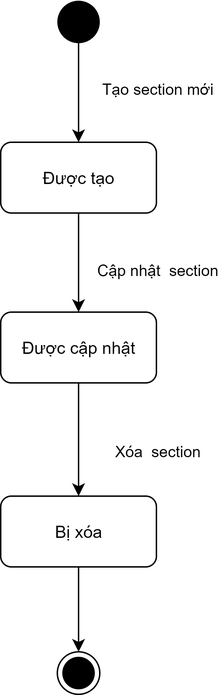
Merevoli-DatLuu/To-Do-App keeps this draw.io diagram as ToDoApp-Doc/Document/Diagram/State Machine Diagram/ManageSection/ManageSection.png. Above is the earlier version. Source tidied: cells renumbered, new cells last; positions are measured from the earlier drawing's top-left corner, leaving out a move shared by most shapes.
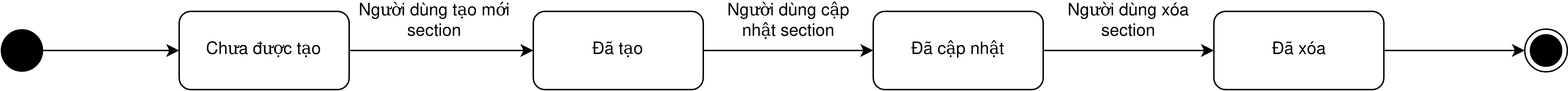
After the change.

Commit message:
[Document, Modified]: ManageSection.png StateDiagram

Diff of the diagram source:
```diff
@@ -2,47 +2,47 @@
   <root>
     <mxCell id="0" />
     <mxCell id="1" parent="0" />
-    <mxCell id="2" style="edgeStyle=orthogonalEdgeStyle;rounded=0;jettySize=auto;html=1;" parent="1" edge="1" source="4" target="10">
-      <mxGeometry relative="1" as="geometry" />
-    </mxCell>
-    <mxCell id="3" value="Cập nhật&amp;nbsp; section" style="edgeLabel;html=1;align=center;verticalAlign=middle;" parent="2" vertex="1">
-      <mxGeometry x="0.13" y="1" relative="1" as="geometry">
-        <mxPoint x="54" as="offset" />
-      </mxGeometry>
-    </mxCell>
-    <mxCell id="4" value="Được tạo" style="html=1;rounded=1;" parent="1" vertex="1">
-      <mxGeometry y="100" width="110" height="50" as="geometry" />
-    </mxCell>
-    <mxCell id="5" style="edgeStyle=orthogonalEdgeStyle;rounded=0;jettySize=auto;html=1;" parent="1" edge="1" source="7" target="4">
-      <mxGeometry relative="1" as="geometry" />
-    </mxCell>
-    <mxCell id="6" value="Tạo section mới" style="edgeLabel;html=1;align=center;verticalAlign=middle;" parent="5" vertex="1">
-      <mxGeometry x="0.15" y="-3" relative="1" as="geometry">
-        <mxPoint x="58" y="-7.9" as="offset" />
-      </mxGeometry>
-    </mxCell>
+    <mxCell id="14" style="edgeStyle=orthogonalEdgeStyle;rounded=0;jettySize=auto;html=1;" parent="1" edge="1" source="7" target="16">
+      <mxGeometry relative="1" as="geometry" />
+    </mxCell>
     <mxCell id="7" style="ellipse;fillColor=#000000;strokeColor=none;" parent="1" vertex="1">
       <mxGeometry x="40" width="30" height="30" as="geometry" />
     </mxCell>
-    <mxCell id="8" style="edgeStyle=orthogonalEdgeStyle;rounded=0;jettySize=auto;html=1;" parent="1" edge="1" source="10" target="12">
-      <mxGeometry relative="1" as="geometry" />
-    </mxCell>
-    <mxCell id="9" value="Xóa&amp;nbsp; section" style="edgeLabel;html=1;align=center;verticalAlign=middle;" parent="8" vertex="1">
-      <mxGeometry x="-0.21" relative="1" as="geometry">
-        <mxPoint x="55" y="16.6" as="offset" />
-      </mxGeometry>
-    </mxCell>
-    <mxCell id="10" value="Được cập nhật" style="html=1;rounded=1;" parent="1" vertex="1">
-      <mxGeometry y="220" width="110" height="50" as="geometry" />
-    </mxCell>
-    <mxCell id="11" style="edgeStyle=orthogonalEdgeStyle;rounded=0;jettySize=auto;html=1;" parent="1" edge="1" source="12" target="13">
-      <mxGeometry relative="1" as="geometry" />
-    </mxCell>
-    <mxCell id="12" value="Bị xóa" style="html=1;rounded=1;" parent="1" vertex="1">
-      <mxGeometry y="350" width="110" height="50" as="geometry" />
-    </mxCell>
-    <mxCell id="13" style="ellipse;html=1;shape=endState;fillColor=#000000;strokeColor=#000000;" parent="1" vertex="1">
-      <mxGeometry x="40" y="460" width="30" height="30" as="geometry" />
-    </mxCell>
+    <mxCell id="15" style="edgeStyle=orthogonalEdgeStyle;rounded=0;jettySize=auto;html=1;entryX=0;entryY=0.5;entryDx=0;entryDy=0;" parent="1" edge="1" source="16" target="18">
+      <mxGeometry relative="1" as="geometry" />
+    </mxCell>
+    <mxCell id="16" value="Chưa được tạo" style="rounded=1;whiteSpace=wrap;html=1;" parent="1" vertex="1">
+      <mxGeometry x="166" y="-12.5" width="120" height="55" as="geometry" />
+    </mxCell>
+    <mxCell id="17" style="edgeStyle=orthogonalEdgeStyle;rounded=0;jettySize=auto;html=1;entryX=0;entryY=0.5;entryDx=0;entryDy=0;" parent="1" edge="1" source="18" target="20">
+      <mxGeometry relative="1" as="geometry" />
+    </mxCell>
+    <mxCell id="18" value="Đã tạo" style="rounded=1;whiteSpace=wrap;html=1;" parent="1" vertex="1">
+      <mxGeometry x="416" y="-12.5" width="120" height="55" as="geometry" />
+    </mxCell>
+    <mxCell id="19" style="edgeStyle=orthogonalEdgeStyle;rounded=0;jettySize=auto;html=1;" parent="1" edge="1" source="20" target="22">
+      <mxGeometry relative="1" as="geometry" />
+    </mxCell>
+    <mxCell id="20" value="Đã cập nhật" style="rounded=1;whiteSpace=wrap;html=1;" parent="1" vertex="1">
+      <mxGeometry x="656" y="-12.5" width="120" height="55" as="geometry" />
+    </mxCell>
+    <mxCell id="21" style="edgeStyle=orthogonalEdgeStyle;rounded=0;jettySize=auto;html=1;" parent="1" edge="1" source="22" target="26">
+      <mxGeometry relative="1" as="geometry" />
+    </mxCell>
+    <mxCell id="22" value="Đã xóa" style="rounded=1;whiteSpace=wrap;html=1;" parent="1" vertex="1">
+      <mxGeometry x="896.5" y="-12.5" width="120" height="55" as="geometry" />
+    </mxCell>
+    <mxCell id="23" value="&lt;div&gt;Người dùng tạo mới&lt;/div&gt;&lt;div&gt;section&lt;br&gt;&lt;/div&gt;" style="text;html=1;align=center;verticalAlign=middle;" parent="1" vertex="1">
+      <mxGeometry x="286" y="-20" width="120" height="30" as="geometry" />
+    </mxCell>
+    <mxCell id="24" value="&lt;div&gt;Người dùng cập &lt;br&gt;&lt;/div&gt;&lt;div&gt;nhật section&lt;br&gt;&lt;/div&gt;" style="text;html=1;align=center;verticalAlign=middle;" parent="1" vertex="1">
+      <mxGeometry x="546" y="-20" width="100" height="30" as="geometry" />
+    </mxCell>
+    <mxCell id="25" value="&lt;div&gt;Người dùng xóa&lt;/div&gt;&lt;div&gt;section&lt;br&gt;&lt;/div&gt;" style="text;html=1;align=center;verticalAlign=middle;" parent="1" vertex="1">
+      <mxGeometry x="786" y="-20" width="100" height="30" as="geometry" />
+    </mxCell>
+    <mxCell id="26" style="ellipse;html=1;shape=endState;fillColor=#000000;strokeColor=#000000;" parent="1" vertex="1">
+      <mxGeometry x="1116" width="30" height="30" as="geometry" />
+    </mxCell>
   </root>
 </mxGraphModel>
```
